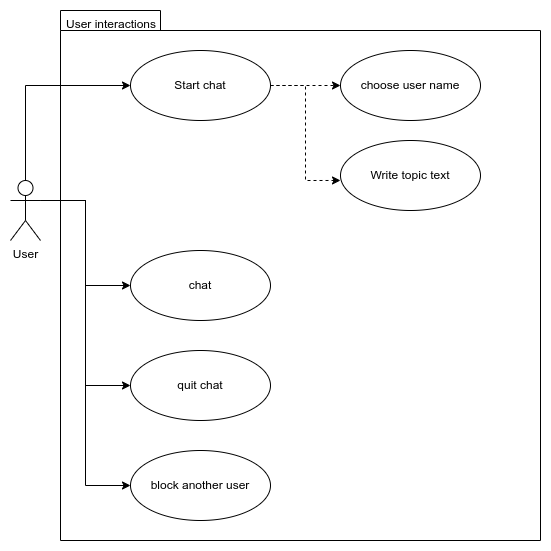
Before: docs/use_cases/images/SoftwareRequirementsSpecification.png, a diagram exported from draw.io (schw1erig/commonSonar). Source tidied: cells renumbered, new cells last; positions are measured from the earlier drawing's top-left corner, leaving out a move shared by most shapes.
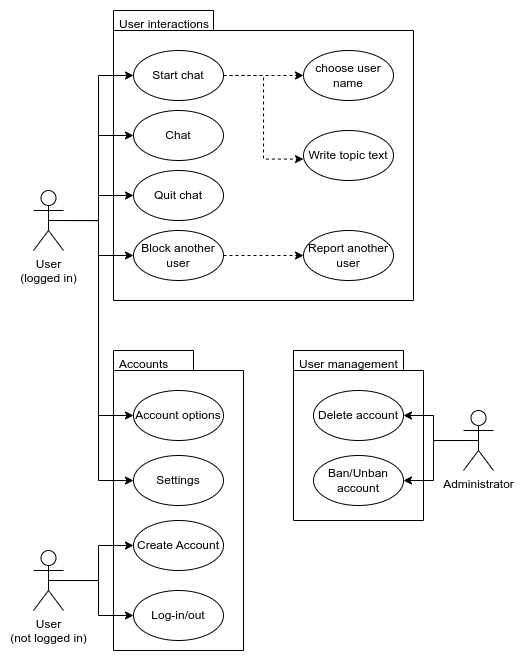
After the commit.

Commit message:
Adjusted UC-Diagram for accounts

Diff of the diagram source:
```diff
@@ -2,25 +2,29 @@
   <root>
     <mxCell id="0" />
     <mxCell id="1" parent="0" />
+    <mxCell id="17" style="shape=folder;fontStyle=1;spacingTop=10;tabWidth=80;tabHeight=20;tabPosition=left;html=1;" parent="1" vertex="1">
+      <mxGeometry x="70" y="340" width="130" height="300" as="geometry" />
+    </mxCell>
     <mxCell id="2" style="shape=folder;fontStyle=1;spacingTop=10;tabWidth=100;tabHeight=20;tabPosition=left;html=1;" parent="1" vertex="1">
-      <mxGeometry x="50" width="480" height="530" as="geometry" />
+      <mxGeometry x="70" width="300" height="290" as="geometry" />
     </mxCell>
+    <mxCell id="18" style="edgeStyle=orthogonalEdgeStyle;rounded=0;jettySize=auto;html=1;exitX=0.5;exitY=0.5;exitDx=0;exitDy=0;exitPerimeter=0;entryX=0;entryY=0.5;entryDx=0;entryDy=0;" parent="1" edge="1" source="7" target="36">
+      <mxGeometry relative="1" as="geometry" />
+    </mxCell>
+    <mxCell id="6" style="edgeStyle=orthogonalEdgeStyle;rounded=0;jettySize=auto;html=1;exitX=0.5;exitY=0.5;exitDx=0;exitDy=0;exitPerimeter=0;entryX=0;entryY=0.5;entryDx=0;entryDy=0;" parent="1" edge="1" source="7" target="14">
+      <mxGeometry relative="1" as="geometry" />
+    </mxCell>
+    <mxCell id="19" style="edgeStyle=orthogonalEdgeStyle;rounded=0;jettySize=auto;html=1;exitX=0.5;exitY=0.5;exitDx=0;exitDy=0;exitPerimeter=0;entryX=0;entryY=0.5;entryDx=0;entryDy=0;" parent="1" edge="1" source="7" target="13">
+      <mxGeometry relative="1" as="geometry" />
+    </mxCell>
+    <mxCell id="4" style="edgeStyle=orthogonalEdgeStyle;rounded=0;jettySize=auto;html=1;exitX=0.5;exitY=0.5;exitDx=0;exitDy=0;exitPerimeter=0;entryX=0;entryY=0.5;entryDx=0;entryDy=0;" parent="1" edge="1" source="7" target="12">
+      <mxGeometry relative="1" as="geometry" />
+    </mxCell>
-    <mxCell id="3" style="edgeStyle=orthogonalEdgeStyle;rounded=0;jettySize=auto;html=1;exitX=0.5;exitY=0;exitDx=0;exitDy=0;exitPerimeter=0;entryX=0;entryY=0.5;entryDx=0;entryDy=0;" parent="1" edge="1" source="7" target="10">
+    <mxCell id="3" style="edgeStyle=orthogonalEdgeStyle;rounded=0;jettySize=auto;html=1;exitX=0.5;exitY=0.5;exitDx=0;exitDy=0;exitPerimeter=0;entryX=0;entryY=0.5;entryDx=0;entryDy=0;" parent="1" edge="1" source="7" target="10">
       <mxGeometry relative="1" as="geometry" />
     </mxCell>
-    <mxCell id="4" style="edgeStyle=orthogonalEdgeStyle;rounded=0;jettySize=auto;html=1;exitX=1;exitY=0.3333333333333333;exitDx=0;exitDy=0;exitPerimeter=0;entryX=0;entryY=0.5;entryDx=0;entryDy=0;" parent="1" edge="1" source="7" target="12">
-      <mxGeometry relative="1" as="geometry" />
-    </mxCell>
-    <mxCell id="5" style="edgeStyle=orthogonalEdgeStyle;rounded=0;jettySize=auto;html=1;entryX=0;entryY=0.5;entryDx=0;entryDy=0;" parent="1" edge="1" target="13">
-      <mxGeometry relative="1" as="geometry">
-        <mxPoint x="30" y="190" as="sourcePoint" />
-      </mxGeometry>
-    </mxCell>
-    <mxCell id="6" style="edgeStyle=orthogonalEdgeStyle;rounded=0;jettySize=auto;html=1;exitX=1;exitY=0.3333333333333333;exitDx=0;exitDy=0;exitPerimeter=0;entryX=0;entryY=0.5;entryDx=0;entryDy=0;" parent="1" edge="1" source="7" target="14">
-      <mxGeometry relative="1" as="geometry" />
-    </mxCell>
-    <mxCell id="7" value="User" style="shape=umlActor;verticalLabelPosition=bottom;verticalAlign=top;html=1;" parent="1" vertex="1">
-      <mxGeometry y="170" width="30" height="60" as="geometry" />
+    <mxCell id="7" value="User&lt;br&gt;(logged in)" style="shape=umlActor;verticalLabelPosition=bottom;verticalAlign=top;html=1;" parent="1" vertex="1">
+      <mxGeometry x="-10" y="180" width="30" height="60" as="geometry" />
     </mxCell>
     <mxCell id="8" style="edgeStyle=orthogonalEdgeStyle;rounded=0;jettySize=auto;html=1;exitX=1;exitY=0.5;exitDx=0;exitDy=0;dashed=1;" parent="1" edge="1" source="10" target="15">
       <mxGeometry relative="1" as="geometry" />
@@ -29,25 +33,79 @@
       <mxGeometry relative="1" as="geometry" />
     </mxCell>
     <mxCell id="10" value="Start chat" style="ellipse;whiteSpace=wrap;html=1;" parent="1" vertex="1">
-      <mxGeometry x="120" y="40" width="140" height="70" as="geometry" />
+      <mxGeometry x="90" y="40" width="90" height="50" as="geometry" />
     </mxCell>
     <mxCell id="11" value="Write topic text" style="ellipse;whiteSpace=wrap;html=1;" parent="1" vertex="1">
-      <mxGeometry x="330" y="130" width="140" height="70" as="geometry" />
+      <mxGeometry x="260" y="120" width="90" height="50" as="geometry" />
     </mxCell>
-    <mxCell id="12" value="chat" style="ellipse;whiteSpace=wrap;html=1;" parent="1" vertex="1">
-      <mxGeometry x="120" y="240" width="140" height="70" as="geometry" />
+    <mxCell id="12" value="Chat" style="ellipse;whiteSpace=wrap;html=1;" parent="1" vertex="1">
+      <mxGeometry x="90" y="100" width="90" height="50" as="geometry" />
     </mxCell>
-    <mxCell id="13" value="quit chat" style="ellipse;whiteSpace=wrap;html=1;" parent="1" vertex="1">
-      <mxGeometry x="120" y="340" width="140" height="70" as="geometry" />
+    <mxCell id="13" value="Quit chat" style="ellipse;whiteSpace=wrap;html=1;" parent="1" vertex="1">
+      <mxGeometry x="90" y="160" width="90" height="50" as="geometry" />
     </mxCell>
+    <mxCell id="20" style="edgeStyle=orthogonalEdgeStyle;rounded=0;jettySize=auto;html=1;exitX=1;exitY=0.5;exitDx=0;exitDy=0;dashed=1;" parent="1" edge="1" source="14" target="27">
+      <mxGeometry relative="1" as="geometry" />
+    </mxCell>
-    <mxCell id="14" value="block another user" style="ellipse;whiteSpace=wrap;html=1;" parent="1" vertex="1">
-      <mxGeometry x="120" y="440" width="140" height="70" as="geometry" />
+    <mxCell id="14" value="Block another user" style="ellipse;whiteSpace=wrap;html=1;" parent="1" vertex="1">
+      <mxGeometry x="90" y="220" width="90" height="50" as="geometry" />
     </mxCell>
     <mxCell id="15" value="choose user name" style="ellipse;whiteSpace=wrap;html=1;" parent="1" vertex="1">
-      <mxGeometry x="330" y="40" width="140" height="70" as="geometry" />
+      <mxGeometry x="260" y="40" width="90" height="50" as="geometry" />
     </mxCell>
     <mxCell id="16" value="User interactions" style="text;strokeColor=none;fillColor=none;align=left;verticalAlign=top;spacingLeft=4;spacingRight=4;overflow=hidden;" parent="1" vertex="1">
-      <mxGeometry x="50" width="100" height="26" as="geometry" />
+      <mxGeometry x="70" width="100" height="26" as="geometry" />
     </mxCell>
+    <mxCell id="21" value="Accounts&#10;" style="text;strokeColor=none;fillColor=none;align=left;verticalAlign=top;spacingLeft=4;spacingRight=4;overflow=hidden;" parent="1" vertex="1">
+      <mxGeometry x="70" y="340" width="80" height="20" as="geometry" />
+    </mxCell>
+    <mxCell id="22" style="edgeStyle=orthogonalEdgeStyle;rounded=0;jettySize=auto;html=1;exitX=0.5;exitY=0.5;exitDx=0;exitDy=0;exitPerimeter=0;entryX=0;entryY=0.5;entryDx=0;entryDy=0;" parent="1" edge="1" source="24" target="25">
+      <mxGeometry relative="1" as="geometry" />
+    </mxCell>
+    <mxCell id="23" style="edgeStyle=orthogonalEdgeStyle;rounded=0;jettySize=auto;html=1;exitX=0.5;exitY=0.5;exitDx=0;exitDy=0;exitPerimeter=0;entryX=0;entryY=0.5;entryDx=0;entryDy=0;" parent="1" edge="1" source="24" target="26">
+      <mxGeometry relative="1" as="geometry" />
+    </mxCell>
+    <mxCell id="24" value="User&lt;br&gt;(not logged in)" style="shape=umlActor;verticalLabelPosition=bottom;verticalAlign=top;html=1;" parent="1" vertex="1">
+      <mxGeometry x="-10" y="540" width="30" height="60" as="geometry" />
+    </mxCell>
+    <mxCell id="25" value="Create Account" style="ellipse;whiteSpace=wrap;html=1;" parent="1" vertex="1">
+      <mxGeometry x="90" y="510" width="90" height="50" as="geometry" />
+    </mxCell>
+    <mxCell id="26" value="Log-in/out" style="ellipse;whiteSpace=wrap;html=1;" parent="1" vertex="1">
+      <mxGeometry x="90" y="580" width="90" height="50" as="geometry" />
+    </mxCell>
+    <mxCell id="27" value="Report another user" style="ellipse;whiteSpace=wrap;html=1;" parent="1" vertex="1">
+      <mxGeometry x="260" y="220" width="90" height="50" as="geometry" />
+    </mxCell>
+    <mxCell id="28" style="shape=folder;fontStyle=1;spacingTop=10;tabWidth=110;tabHeight=20;tabPosition=left;html=1;" parent="1" vertex="1">
+      <mxGeometry x="250" y="340" width="130" height="170" as="geometry" />
+    </mxCell>
+    <mxCell id="29" value="Delete account" style="ellipse;whiteSpace=wrap;html=1;" parent="1" vertex="1">
+      <mxGeometry x="270" y="380" width="90" height="50" as="geometry" />
+    </mxCell>
+    <mxCell id="30" value="Ban/Unban account" style="ellipse;whiteSpace=wrap;html=1;" parent="1" vertex="1">
+      <mxGeometry x="270" y="445" width="90" height="50" as="geometry" />
+    </mxCell>
+    <mxCell id="31" value="User management" style="text;strokeColor=none;fillColor=none;align=left;verticalAlign=top;spacingLeft=4;spacingRight=4;overflow=hidden;" parent="1" vertex="1">
+      <mxGeometry x="250" y="340" width="110" height="20" as="geometry" />
+    </mxCell>
+    <mxCell id="32" style="edgeStyle=orthogonalEdgeStyle;rounded=0;jettySize=auto;html=1;exitX=0.5;exitY=0.5;exitDx=0;exitDy=0;exitPerimeter=0;" parent="1" edge="1" source="34" target="29">
+      <mxGeometry relative="1" as="geometry" />
+    </mxCell>
+    <mxCell id="33" style="edgeStyle=orthogonalEdgeStyle;rounded=0;jettySize=auto;html=1;exitX=0.5;exitY=0.5;exitDx=0;exitDy=0;exitPerimeter=0;entryX=1;entryY=0.5;entryDx=0;entryDy=0;" parent="1" edge="1" source="34" target="30">
+      <mxGeometry relative="1" as="geometry" />
+    </mxCell>
+    <mxCell id="34" value="Administrator" style="shape=umlActor;verticalLabelPosition=bottom;verticalAlign=top;html=1;" parent="1" vertex="1">
+      <mxGeometry x="420" y="400" width="30" height="60" as="geometry" />
+    </mxCell>
+    <mxCell id="35" value="Account options" style="ellipse;whiteSpace=wrap;html=1;" parent="1" vertex="1">
+      <mxGeometry x="90" y="380" width="90" height="50" as="geometry" />
+    </mxCell>
+    <mxCell id="36" value="Settings" style="ellipse;whiteSpace=wrap;html=1;" parent="1" vertex="1">
+      <mxGeometry x="90" y="445" width="90" height="50" as="geometry" />
+    </mxCell>
+    <mxCell id="37" style="edgeStyle=orthogonalEdgeStyle;rounded=0;jettySize=auto;html=1;exitX=0.5;exitY=0.5;exitDx=0;exitDy=0;exitPerimeter=0;entryX=0;entryY=0.5;entryDx=0;entryDy=0;" parent="1" edge="1" source="7" target="35">
+      <mxGeometry relative="1" as="geometry" />
+    </mxCell>
   </root>
 </mxGraphModel>
```
